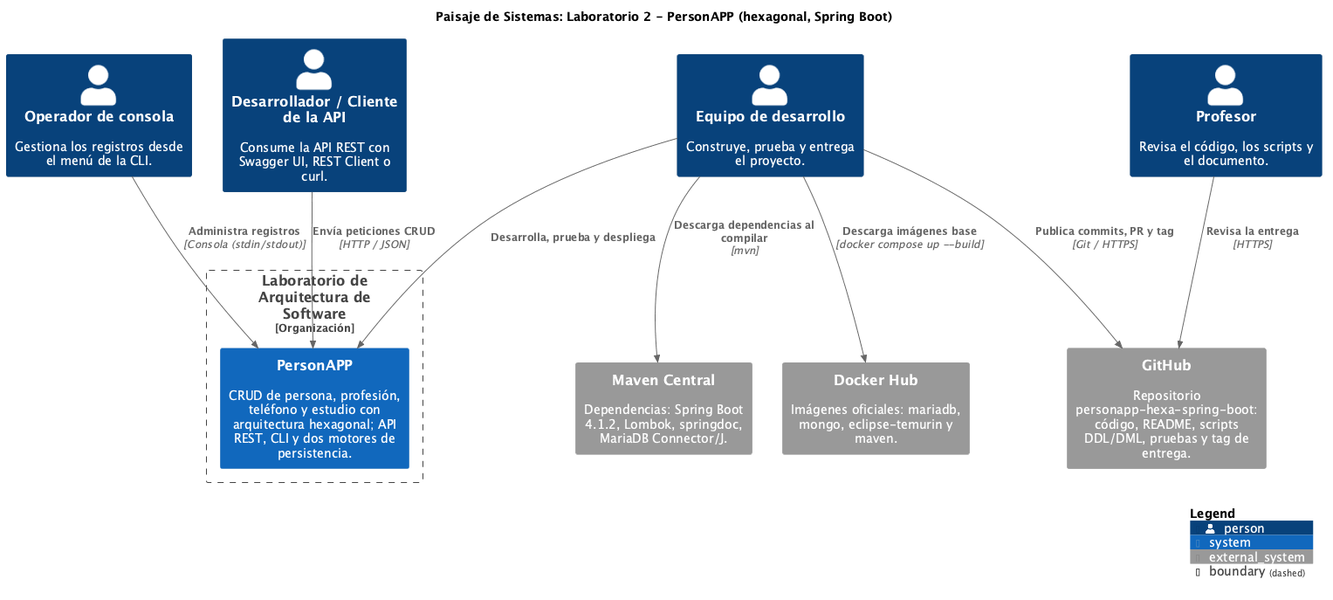
Earlier version of the PlantUML export docs/diagramas/01_paisaje.png (andres-karoll/personapp-hexa-spring-boot). Its diagram source:
```plantuml
@startuml 01_paisaje
!include https://raw.githubusercontent.com/plantuml-stdlib/C4-PlantUML/v2.10.0/C4_Context.puml
LAYOUT_TOP_DOWN()
hide stereotype
title Paisaje de Sistemas: Laboratorio 2 - PersonAPP (hexagonal, Spring Boot)

Person(operador, "Operador de consola", "Gestiona los registros desde el menú de la CLI.")
Person(cliente, "Desarrollador / Cliente de la API", "Consume la API REST con Swagger UI, REST Client o curl.")
Person(equipo, "Equipo de desarrollo", "Construye, prueba y entrega el proyecto.")
Person(profesor, "Profesor", "Revisa el código, los scripts y el documento.")

Boundary(universidad, "Laboratorio de Arquitectura de Software", "Organización") {
  System(personapp, "PersonAPP", "CRUD de persona, profesión, teléfono y estudio con arquitectura hexagonal; API REST, CLI y dos motores de persistencia.")
}

System_Ext(github, "GitHub", "Repositorio personapp-hexa-spring-boot: código, README, scripts DDL/DML, pruebas y tag de entrega.")
System_Ext(maven, "Maven Central", "Dependencias: Spring Boot 4.1.2, Lombok, springdoc, MariaDB Connector/J.")
System_Ext(hub, "Docker Hub", "Imágenes oficiales: mariadb, mongo, eclipse-temurin y maven.")

Rel(operador, personapp, "Administra registros", "Consola (stdin/stdout)")
Rel(cliente, personapp, "Envía peticiones CRUD", "HTTP / JSON")
Rel(equipo, personapp, "Desarrolla, prueba y despliega")
Rel(equipo, github, "Publica commits, PR y tag", "Git / HTTPS")
Rel(profesor, github, "Revisa la entrega", "HTTPS")
Rel(equipo, maven, "Descarga dependencias al compilar", "mvn")
Rel(equipo, hub, "Descarga imágenes base", "docker compose up --build")

SHOW_LEGEND()
@enduml
```
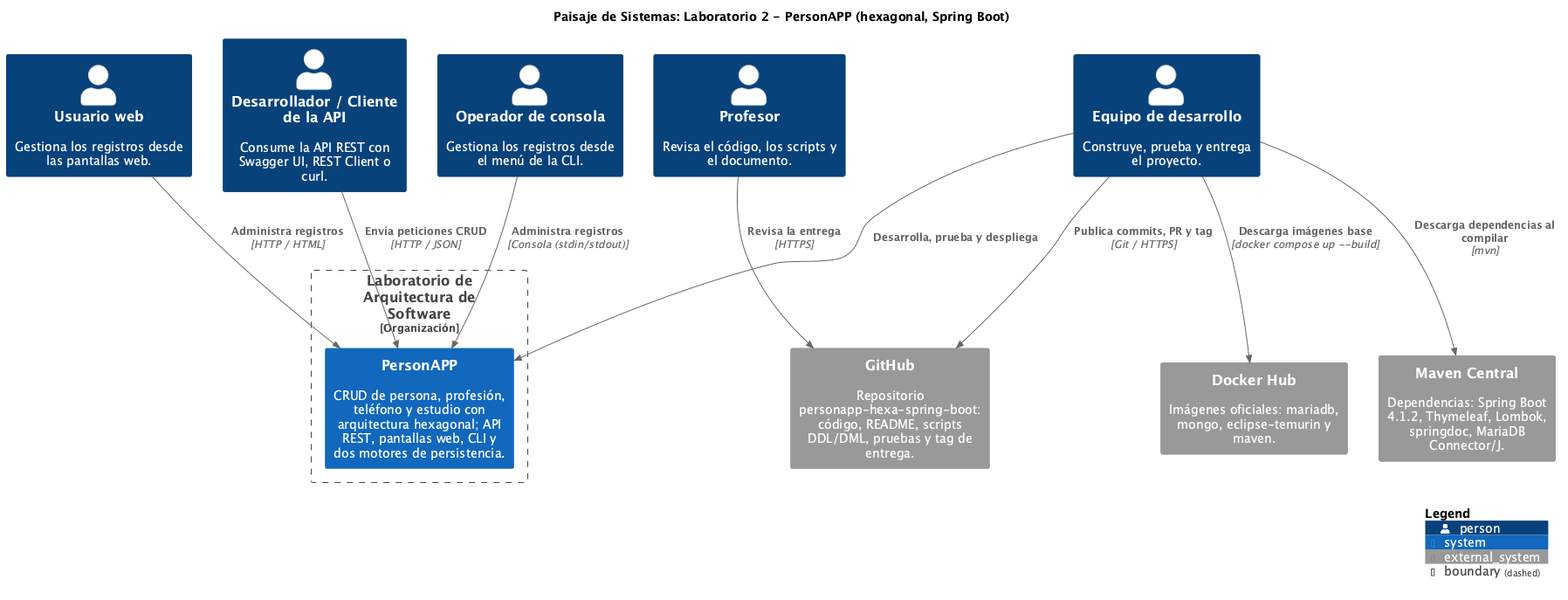
After the change.

The edit, as a diff of the source:
```diff
@@ -5,19 +5,21 @@
 title Paisaje de Sistemas: Laboratorio 2 - PersonAPP (hexagonal, Spring Boot)
 
 Person(operador, "Operador de consola", "Gestiona los registros desde el menú de la CLI.")
+Person(usuarioWeb, "Usuario web", "Gestiona los registros desde las pantallas web.")
 Person(cliente, "Desarrollador / Cliente de la API", "Consume la API REST con Swagger UI, REST Client o curl.")
 Person(equipo, "Equipo de desarrollo", "Construye, prueba y entrega el proyecto.")
 Person(profesor, "Profesor", "Revisa el código, los scripts y el documento.")
 
 Boundary(universidad, "Laboratorio de Arquitectura de Software", "Organización") {
-  System(personapp, "PersonAPP", "CRUD de persona, profesión, teléfono y estudio con arquitectura hexagonal; API REST, CLI y dos motores de persistencia.")
+  System(personapp, "PersonAPP", "CRUD de persona, profesión, teléfono y estudio con arquitectura hexagonal; API REST, pantallas web, CLI y dos motores de persistencia.")
 }
 
 System_Ext(github, "GitHub", "Repositorio personapp-hexa-spring-boot: código, README, scripts DDL/DML, pruebas y tag de entrega.")
-System_Ext(maven, "Maven Central", "Dependencias: Spring Boot 4.1.2, Lombok, springdoc, MariaDB Connector/J.")
+System_Ext(maven, "Maven Central", "Dependencias: Spring Boot 4.1.2, Thymeleaf, Lombok, springdoc, MariaDB Connector/J.")
 System_Ext(hub, "Docker Hub", "Imágenes oficiales: mariadb, mongo, eclipse-temurin y maven.")
 
 Rel(operador, personapp, "Administra registros", "Consola (stdin/stdout)")
+Rel(usuarioWeb, personapp, "Administra registros", "HTTP / HTML")
 Rel(cliente, personapp, "Envía peticiones CRUD", "HTTP / JSON")
 Rel(equipo, personapp, "Desarrolla, prueba y despliega")
 Rel(equipo, github, "Publica commits, PR y tag", "Git / HTTPS")
```
